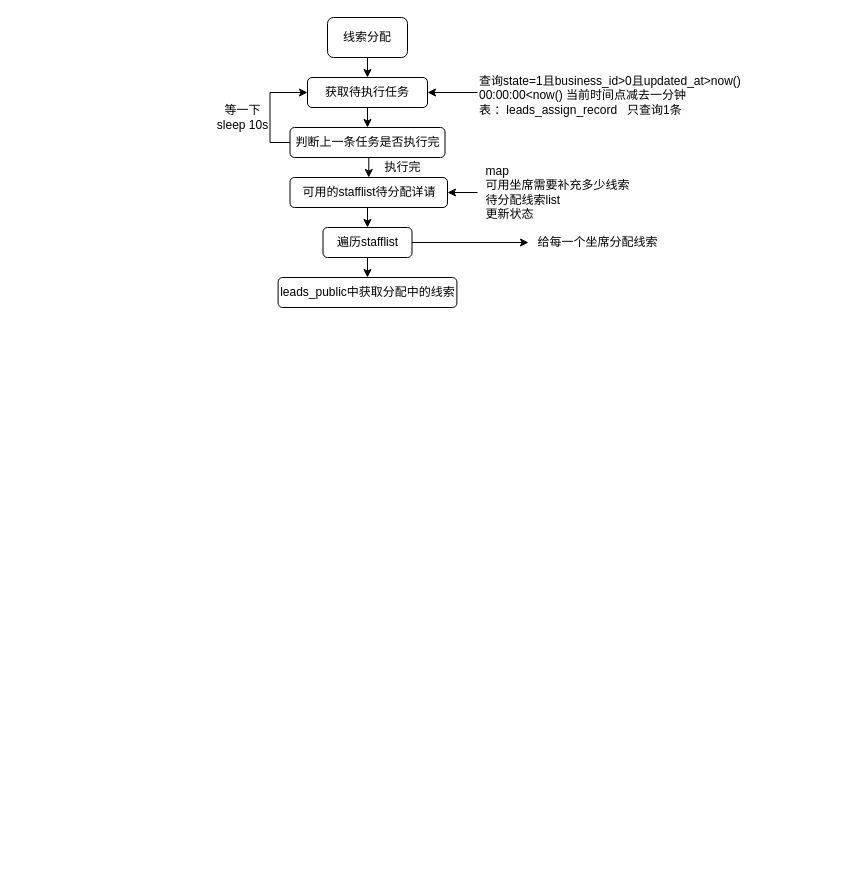
Earlier version of the draw.io diagram 分配线索需求.drawio (jilinhao/test). Source tidied: cells renumbered, new cells numbered last; positions are measured from the earlier drawing's top-left corner, leaving out a move shared by most shapes. Both pictures are drawn from the tidied source at 100%, with x=0, y=0 at pixel (207, 17).
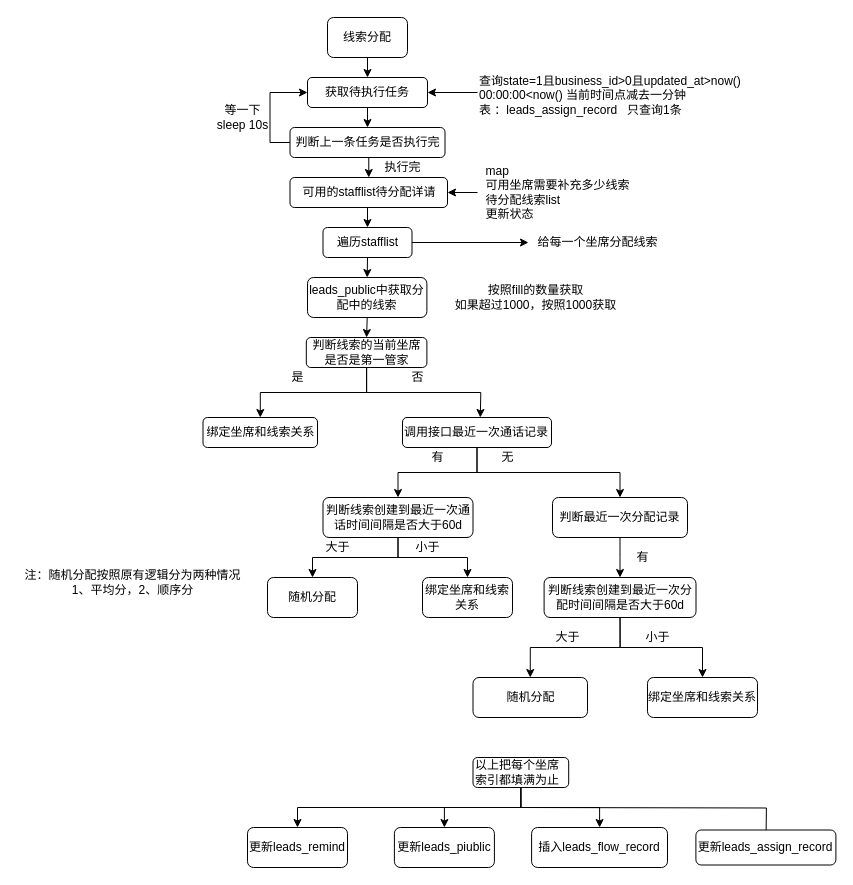
Above is the later version.

Commit message (it also covers changes not shown here):
Update 分配线索需求.drawio

What changed in the source:
```diff
@@
+    <mxCell id="22" style="edgeStyle=orthogonalEdgeStyle;rounded=0;jettySize=auto;html=1;exitX=0.5;exitY=1;exitDx=0;exitDy=0;entryX=0.5;entryY=0;entryDx=0;entryDy=0;" parent="1" edge="1" source="21" target="25">
+      <mxGeometry relative="1" as="geometry" />
+    </mxCell>
     <mxCell id="21" value="leads_public中获取分配中的线索" style="rounded=1;whiteSpace=wrap;html=1;" parent="1" vertex="1">
-      <mxGeometry x="70.6" y="260" width="178.8" height="30" as="geometry" />
+      <mxGeometry x="100" y="260" width="119.4" height="40" as="geometry" />
     </mxCell>
+    <mxCell id="23" style="edgeStyle=orthogonalEdgeStyle;rounded=0;jettySize=auto;html=1;exitX=0.5;exitY=1;exitDx=0;exitDy=0;" parent="1" edge="1" source="25" target="26">
+      <mxGeometry relative="1" as="geometry" />
+    </mxCell>
+    <mxCell id="24" style="edgeStyle=orthogonalEdgeStyle;rounded=0;jettySize=auto;html=1;exitX=0.5;exitY=1;exitDx=0;exitDy=0;entryX=0.5;entryY=0;entryDx=0;entryDy=0;" parent="1" edge="1" source="25">
+      <mxGeometry relative="1" as="geometry">
+        <mxPoint x="272.8" y="400" as="targetPoint" />
+      </mxGeometry>
+    </mxCell>
+    <mxCell id="25" value="判断线索的当前坐席是否是第一管家" style="rounded=1;whiteSpace=wrap;html=1;" parent="1" vertex="1">
+      <mxGeometry x="98.8" y="320" width="120.6" height="30" as="geometry" />
+    </mxCell>
+    <mxCell id="26" value="绑定坐席和线索关系" style="rounded=1;whiteSpace=wrap;html=1;" parent="1" vertex="1">
+      <mxGeometry x="-4.5" y="400" width="114.5" height="30" as="geometry" />
+    </mxCell>
+    <mxCell id="27" value="是" style="text;html=1;align=center;verticalAlign=middle;" parent="1" vertex="1">
+      <mxGeometry x="75" y="350" width="30" height="20" as="geometry" />
+    </mxCell>
+    <mxCell id="28" value="否" style="text;html=1;align=center;verticalAlign=middle;" parent="1" vertex="1">
+      <mxGeometry x="195" y="350" width="30" height="20" as="geometry" />
+    </mxCell>
+    <mxCell id="29" style="edgeStyle=orthogonalEdgeStyle;rounded=0;jettySize=auto;html=1;exitX=0.5;exitY=1;exitDx=0;exitDy=0;entryX=0.5;entryY=0;entryDx=0;entryDy=0;" parent="1" edge="1" source="31" target="34">
+      <mxGeometry relative="1" as="geometry" />
+    </mxCell>
+    <mxCell id="30" style="edgeStyle=orthogonalEdgeStyle;rounded=0;jettySize=auto;html=1;exitX=0.5;exitY=1;exitDx=0;exitDy=0;entryX=0.5;entryY=0;entryDx=0;entryDy=0;" parent="1" edge="1" source="31" target="36">
+      <mxGeometry relative="1" as="geometry" />
+    </mxCell>
+    <mxCell id="31" value="调用接口最近一次通话记录" style="rounded=1;whiteSpace=wrap;html=1;align=left;" parent="1" vertex="1">
+      <mxGeometry x="195" y="400" width="149" height="30" as="geometry" />
+    </mxCell>
+    <mxCell id="32" style="edgeStyle=orthogonalEdgeStyle;rounded=0;jettySize=auto;html=1;exitX=0.5;exitY=1;exitDx=0;exitDy=0;entryX=0.5;entryY=0;entryDx=0;entryDy=0;" parent="1" edge="1" source="34" target="39">
+      <mxGeometry relative="1" as="geometry" />
+    </mxCell>
+    <mxCell id="33" style="edgeStyle=orthogonalEdgeStyle;rounded=0;jettySize=auto;html=1;exitX=0.5;exitY=1;exitDx=0;exitDy=0;entryX=0.5;entryY=0;entryDx=0;entryDy=0;" parent="1" edge="1" source="34" target="41">
+      <mxGeometry relative="1" as="geometry" />
+    </mxCell>
+    <mxCell id="34" value="&lt;span&gt;判断线索创建到最近一次通话时间间隔是否大于60d&lt;/span&gt;" style="rounded=1;whiteSpace=wrap;html=1;" parent="1" vertex="1">
+      <mxGeometry x="115.5" y="480" width="150" height="40" as="geometry" />
+    </mxCell>
+    <mxCell id="35" style="edgeStyle=orthogonalEdgeStyle;rounded=0;jettySize=auto;html=1;exitX=0.5;exitY=1;exitDx=0;exitDy=0;entryX=0.5;entryY=0;entryDx=0;entryDy=0;" parent="1" edge="1" source="36" target="45">
+      <mxGeometry relative="1" as="geometry" />
+    </mxCell>
+    <mxCell id="36" value="判断最近一次分配记录" style="rounded=1;whiteSpace=wrap;html=1;" parent="1" vertex="1">
+      <mxGeometry x="345" y="480" width="135" height="40" as="geometry" />
+    </mxCell>
+    <mxCell id="37" value="有" style="text;html=1;align=center;verticalAlign=middle;" parent="1" vertex="1">
+      <mxGeometry x="215" y="430" width="30" height="20" as="geometry" />
+    </mxCell>
+    <mxCell id="38" value="无" style="text;html=1;align=center;verticalAlign=middle;" parent="1" vertex="1">
+      <mxGeometry x="285" y="430" width="30" height="20" as="geometry" />
+    </mxCell>
+    <mxCell id="39" value="随机分配" style="rounded=1;whiteSpace=wrap;html=1;" parent="1" vertex="1">
+      <mxGeometry x="60" y="560" width="90" height="40" as="geometry" />
+    </mxCell>
+    <mxCell id="40" value="大于" style="text;html=1;align=center;verticalAlign=middle;" parent="1" vertex="1">
+      <mxGeometry x="110" y="520" width="40" height="20" as="geometry" />
+    </mxCell>
+    <mxCell id="41" value="&lt;span&gt;绑定坐席和线索关系&lt;/span&gt;" style="rounded=1;whiteSpace=wrap;html=1;" parent="1" vertex="1">
+      <mxGeometry x="215" y="560" width="90" height="40" as="geometry" />
+    </mxCell>
+    <mxCell id="42" value="小于" style="text;html=1;align=center;verticalAlign=middle;" parent="1" vertex="1">
+      <mxGeometry x="200" y="520" width="40" height="20" as="geometry" />
+    </mxCell>
+    <mxCell id="43" style="edgeStyle=orthogonalEdgeStyle;rounded=0;jettySize=auto;html=1;exitX=0.5;exitY=1;exitDx=0;exitDy=0;entryX=0.5;entryY=0;entryDx=0;entryDy=0;" parent="1" edge="1" source="45" target="46">
+      <mxGeometry relative="1" as="geometry" />
+    </mxCell>
+    <mxCell id="44" style="edgeStyle=orthogonalEdgeStyle;rounded=0;jettySize=auto;html=1;exitX=0.5;exitY=1;exitDx=0;exitDy=0;entryX=0.5;entryY=0;entryDx=0;entryDy=0;" parent="1" edge="1" source="45" target="47">
+      <mxGeometry relative="1" as="geometry" />
+    </mxCell>
+    <mxCell id="45" value="判断线索创建到最近一次分配时间间隔是否大于60d" style="rounded=1;whiteSpace=wrap;html=1;" parent="1" vertex="1">
+      <mxGeometry x="336.6" y="560" width="151.9" height="40" as="geometry" />
+    </mxCell>
+    <mxCell id="46" value="&lt;span&gt;随机分配&lt;/span&gt;" style="rounded=1;whiteSpace=wrap;html=1;" parent="1" vertex="1">
+      <mxGeometry x="265.5" y="660" width="114.5" height="40" as="geometry" />
+    </mxCell>
+    <mxCell id="47" value="&lt;span&gt;绑定坐席和线索关系&lt;/span&gt;" style="rounded=1;whiteSpace=wrap;html=1;" parent="1" vertex="1">
+      <mxGeometry x="440" y="660" width="110" height="40" as="geometry" />
+    </mxCell>
+    <mxCell id="48" value="有" style="text;html=1;align=center;verticalAlign=middle;" parent="1" vertex="1">
+      <mxGeometry x="420" y="530" width="30" height="20" as="geometry" />
+    </mxCell>
+    <mxCell id="49" value="大于" style="text;html=1;align=center;verticalAlign=middle;" parent="1" vertex="1">
+      <mxGeometry x="340" y="610" width="40" height="20" as="geometry" />
+    </mxCell>
+    <mxCell id="50" value="小于" style="text;html=1;align=center;verticalAlign=middle;" parent="1" vertex="1">
+      <mxGeometry x="430" y="610" width="40" height="20" as="geometry" />
+    </mxCell>
+    <mxCell id="51" value="按照fill的数量获取&lt;br&gt;如果超过1000，按照1000获取" style="text;html=1;align=center;verticalAlign=middle;" parent="1" vertex="1">
+      <mxGeometry x="237.5" y="265" width="180" height="30" as="geometry" />
+    </mxCell>
+    <mxCell id="52" style="edgeStyle=orthogonalEdgeStyle;rounded=0;jettySize=auto;html=1;exitX=0.5;exitY=1;exitDx=0;exitDy=0;" parent="1" edge="1" source="56" target="57">
+      <mxGeometry relative="1" as="geometry" />
+    </mxCell>
+    <mxCell id="53" style="edgeStyle=orthogonalEdgeStyle;rounded=0;jettySize=auto;html=1;exitX=0.5;exitY=1;exitDx=0;exitDy=0;entryX=0.5;entryY=0;entryDx=0;entryDy=0;" parent="1" edge="1" source="56" target="58">
+      <mxGeometry relative="1" as="geometry" />
+    </mxCell>
+    <mxCell id="54" style="edgeStyle=orthogonalEdgeStyle;rounded=0;jettySize=auto;html=1;exitX=0.5;exitY=1;exitDx=0;exitDy=0;" parent="1" edge="1" source="56" target="59">
+      <mxGeometry relative="1" as="geometry" />
+    </mxCell>
+    <mxCell id="55" style="edgeStyle=orthogonalEdgeStyle;rounded=0;orthogonalLoop=1;jettySize=auto;html=1;exitX=0.5;exitY=1;exitDx=0;exitDy=0;" parent="1" edge="1">
+      <mxGeometry relative="1" as="geometry">
+        <mxPoint x="313.3" y="790" as="sourcePoint" />
+        <mxPoint x="558.4" y="832.5" as="targetPoint" />
+      </mxGeometry>
+    </mxCell>
+    <mxCell id="56" value="以上把每个坐席索引都填满为止" style="rounded=1;whiteSpace=wrap;html=1;align=left;" parent="1" vertex="1">
+      <mxGeometry x="265.5" y="740" width="95.7" height="30" as="geometry" />
+    </mxCell>
+    <mxCell id="57" value="更新leads_remind" style="rounded=1;whiteSpace=wrap;html=1;" parent="1" vertex="1">
+      <mxGeometry x="40" y="810" width="100" height="40" as="geometry" />
+    </mxCell>
+    <mxCell id="58" value="更新leads_piublic" style="rounded=1;whiteSpace=wrap;html=1;" parent="1" vertex="1">
+      <mxGeometry x="186.9" y="810" width="100" height="40" as="geometry" />
+    </mxCell>
+    <mxCell id="59" value="插入leads_flow_record" style="rounded=1;whiteSpace=wrap;html=1;" parent="1" vertex="1">
+      <mxGeometry x="324.1" y="810" width="135.9" height="40" as="geometry" />
+    </mxCell>
+    <mxCell id="60" value="更新leads_assign_record" style="rounded=1;whiteSpace=wrap;html=1;" parent="1" vertex="1">
+      <mxGeometry x="488.4" y="812.5" width="140" height="35" as="geometry" />
+    </mxCell>
+    <mxCell id="61" style="text;html=1;align=center;verticalAlign=middle;" parent="1" vertex="1">
+      <mxGeometry x="-140" y="250" width="20" height="20" as="geometry" />
+    </mxCell>
+    <mxCell id="62" value="注：随机分配按照原有逻辑分为两种情况&lt;br&gt;1、平均分，2、顺序分" style="text;html=1;align=center;verticalAlign=middle;" parent="1" vertex="1">
+      <mxGeometry x="-190" y="550" width="230" height="30" as="geometry" />
+    </mxCell>
```
